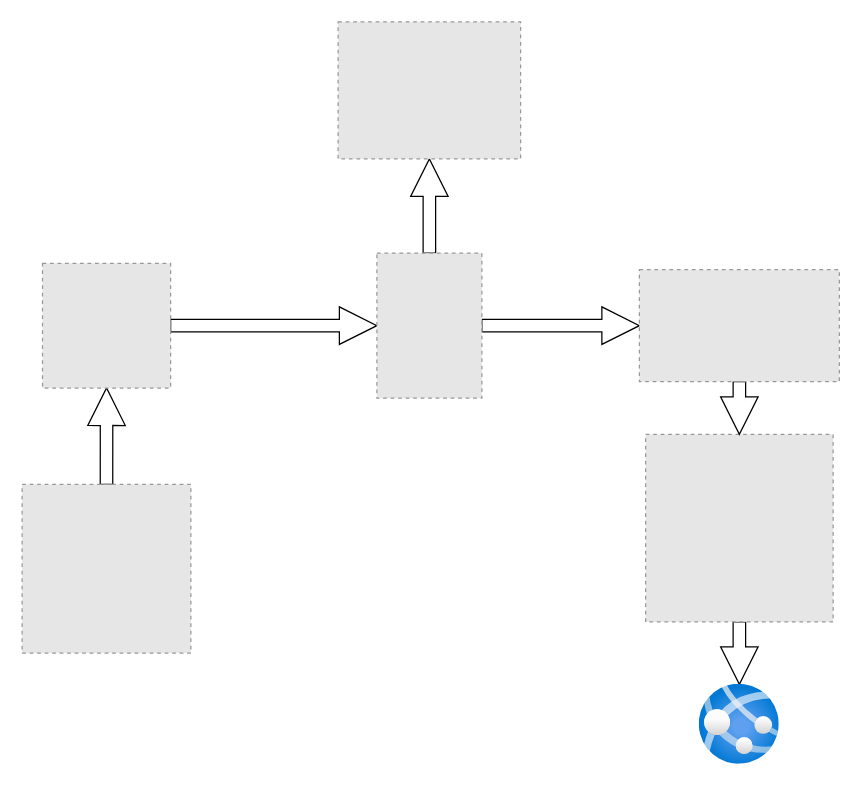
shihab-uddin-shakil/a-cicd-archi keeps this draw.io diagram as Untitled Diagram.drawio. Above is the earlier version. Source tidied: cells renumbered, new cells numbered last; positions are measured from the earlier drawing's top-left corner, leaving out a move shared by most shapes. Both pictures are drawn from the tidied source at 125%, with x=0, y=0 at pixel (21, 21). Pictures stored in the file or linked from it are replaced by grey dashed boxes.
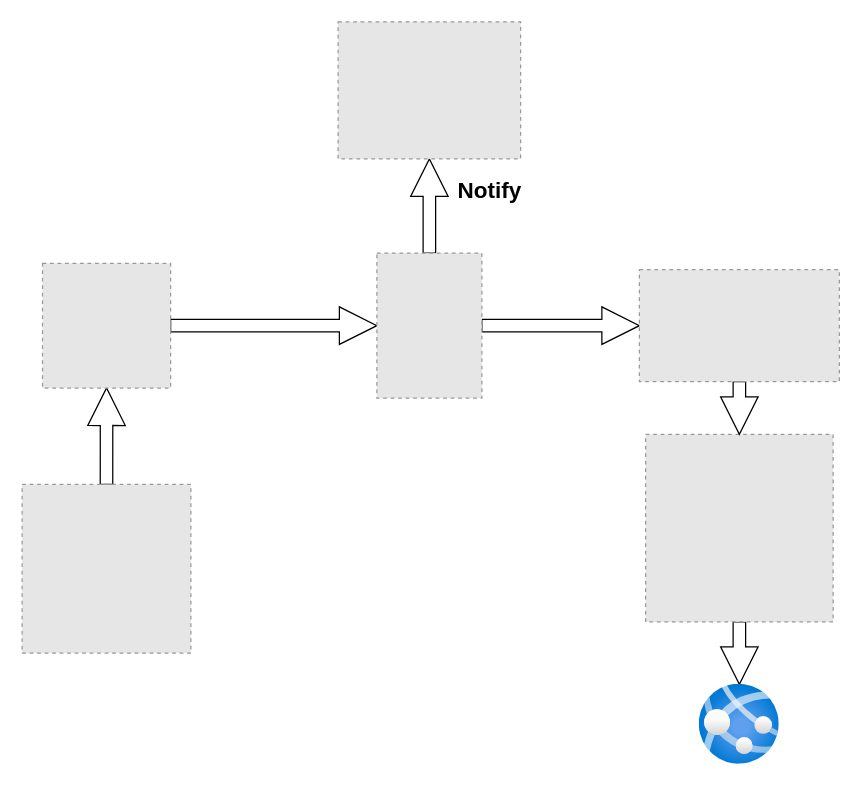
The same page after the edit.

The edit, as a diff of the source:
```diff
@@
 <mxGraphModel>
   <root>
     <mxCell id="0" />
     <mxCell id="1" parent="0" />
     <mxCell id="2" style="edgeStyle=orthogonalEdgeStyle;shape=arrow;rounded=0;jettySize=auto;html=1;entryX=0.5;entryY=1;entryDx=0;entryDy=0;" parent="1" edge="1" source="3" target="5">
       <mxGeometry relative="1" as="geometry" />
     </mxCell>
     <mxCell id="3" style="fillColor=#E6E6E6;strokeColor=#999999;dashed=1;verticalLabelPosition=bottom;verticalAlign=top;" parent="1" vertex="1">
       <mxGeometry x="0.2" y="370" width="135" height="135" as="geometry" />
     </mxCell>
     <mxCell id="4" style="edgeStyle=orthogonalEdgeStyle;shape=arrow;rounded=0;jettySize=auto;html=1;entryX=0;entryY=0.5;entryDx=0;entryDy=0;" parent="1" edge="1" source="5" target="8">
       <mxGeometry relative="1" as="geometry" />
     </mxCell>
     <mxCell id="5" style="fillColor=#E6E6E6;strokeColor=#999999;dashed=1;verticalLabelPosition=bottom;verticalAlign=top;" parent="1" vertex="1">
       <mxGeometry x="16.5" y="193.1" width="102.5" height="99.8" as="geometry" />
     </mxCell>
     <mxCell id="6" style="edgeStyle=orthogonalEdgeStyle;shape=arrow;rounded=0;jettySize=auto;html=1;exitX=0.5;exitY=0;exitDx=0;exitDy=0;" parent="1" edge="1" source="8" target="13">
       <mxGeometry relative="1" as="geometry" />
     </mxCell>
     <mxCell id="7" style="edgeStyle=orthogonalEdgeStyle;shape=arrow;rounded=0;jettySize=auto;html=1;" parent="1" edge="1" source="8" target="12">
       <mxGeometry relative="1" as="geometry" />
     </mxCell>
     <mxCell id="8" style="fillColor=#E6E6E6;strokeColor=#999999;dashed=1;verticalLabelPosition=bottom;verticalAlign=top;" parent="1" vertex="1">
       <mxGeometry x="284" y="185" width="84" height="116" as="geometry" />
     </mxCell>
     <mxCell id="9" style="edgeStyle=orthogonalEdgeStyle;shape=arrow;rounded=0;jettySize=auto;html=1;exitX=0.5;exitY=1;exitDx=0;exitDy=0;" parent="1" edge="1" source="10" target="14">
       <mxGeometry relative="1" as="geometry" />
     </mxCell>
     <mxCell id="10" style="fillColor=#E6E6E6;strokeColor=#999999;dashed=1;verticalLabelPosition=bottom;verticalAlign=top;" parent="1" vertex="1">
       <mxGeometry x="499" y="330" width="150" height="150" as="geometry" />
     </mxCell>
     <mxCell id="11" style="edgeStyle=orthogonalEdgeStyle;shape=arrow;rounded=0;jettySize=auto;html=1;" parent="1" edge="1" source="12" target="10">
       <mxGeometry relative="1" as="geometry" />
     </mxCell>
     <mxCell id="12" style="fillColor=#E6E6E6;strokeColor=#999999;dashed=1;verticalLabelPosition=bottom;verticalAlign=top;" parent="1" vertex="1">
       <mxGeometry x="494" y="198.2" width="160" height="89.6" as="geometry" />
     </mxCell>
     <mxCell id="13" style="fillColor=#E6E6E6;strokeColor=#999999;dashed=1;verticalLabelPosition=bottom;verticalAlign=top;" parent="1" vertex="1">
       <mxGeometry x="253" width="146" height="109.6" as="geometry" />
     </mxCell>
     <mxCell id="14" style="image;html=1;points=[];align=center;fontSize=12;image=img/lib/azure2/app_services/App_Services.svg;" parent="1" vertex="1">
       <mxGeometry x="542" y="530" width="64" height="64" as="geometry" />
     </mxCell>
+    <mxCell id="15" value="&lt;b&gt;&lt;font style=&quot;font-size: 18px;&quot;&gt;Notify&lt;/font&gt;&lt;/b&gt;" style="text;html=1;align=center;verticalAlign=middle;strokeColor=none;fillColor=none;" parent="1" vertex="1">
+      <mxGeometry x="339" y="115" width="70" height="40" as="geometry" />
+    </mxCell>
   </root>
 </mxGraphModel>
```
